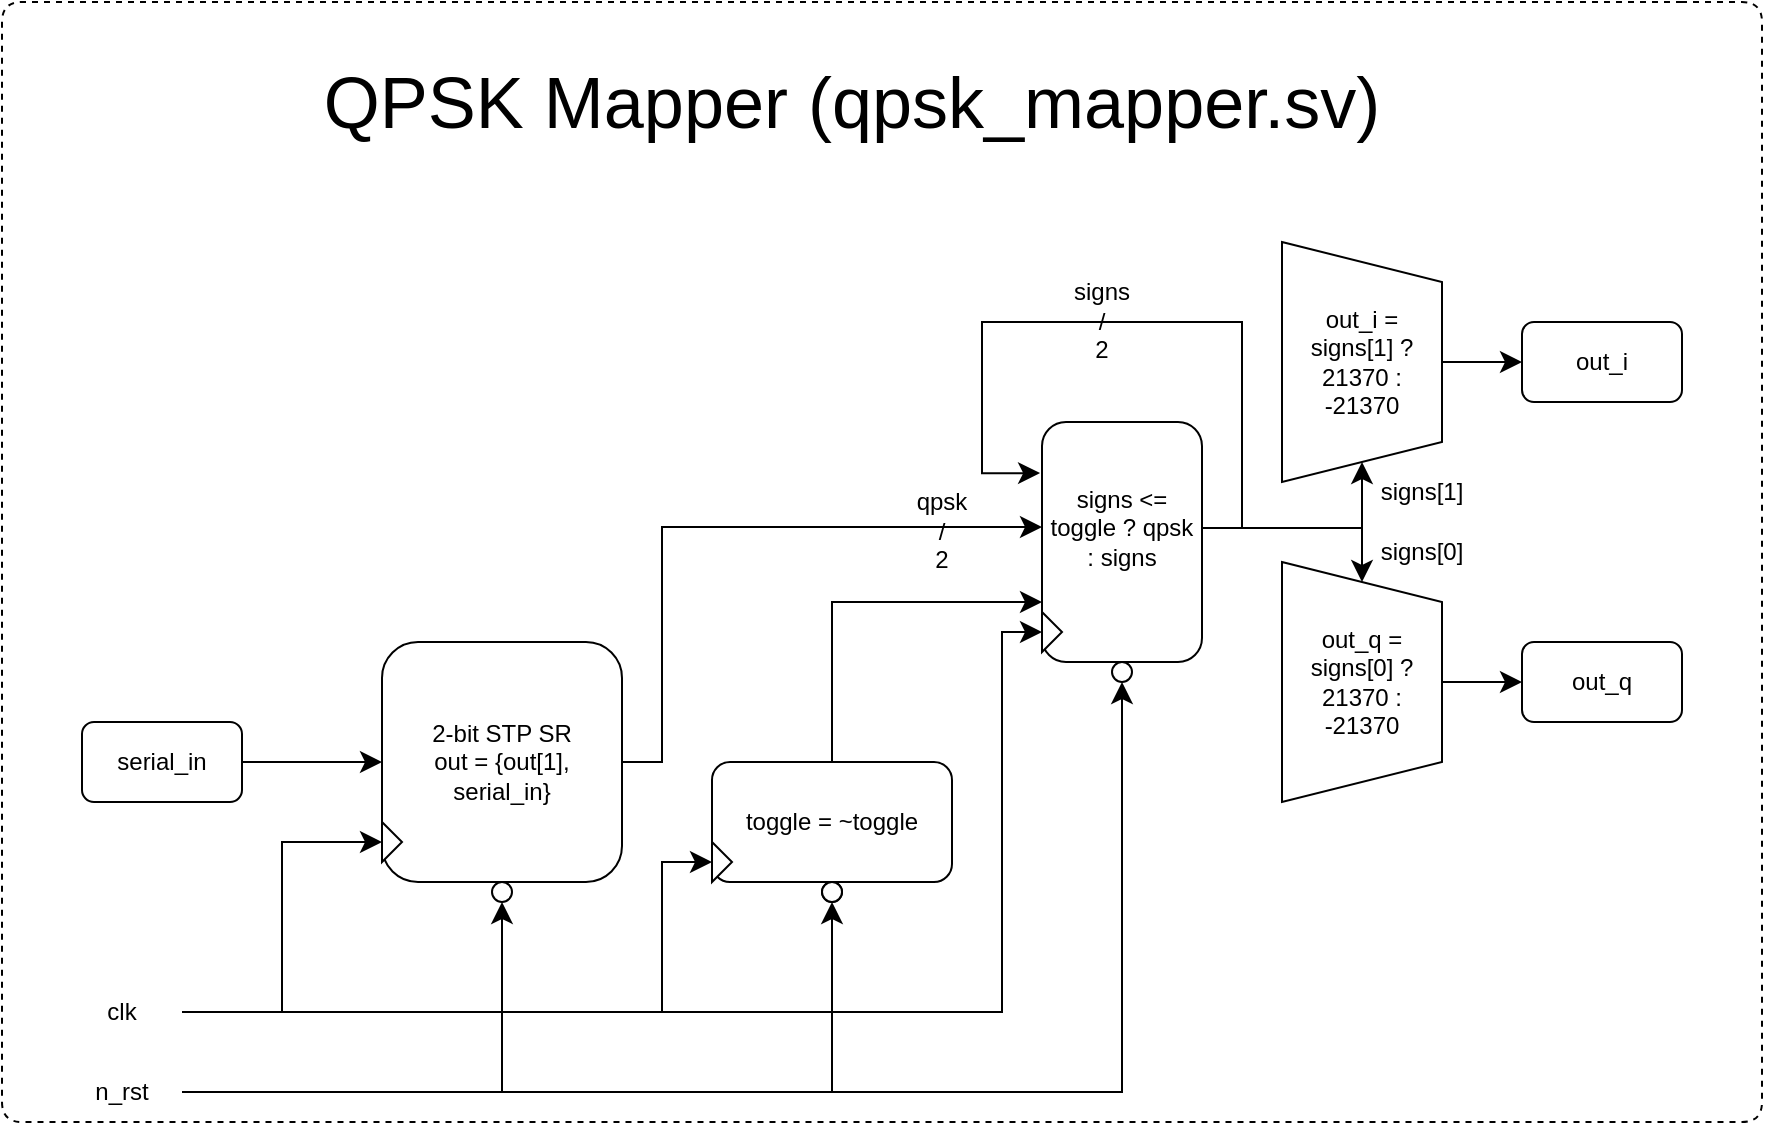
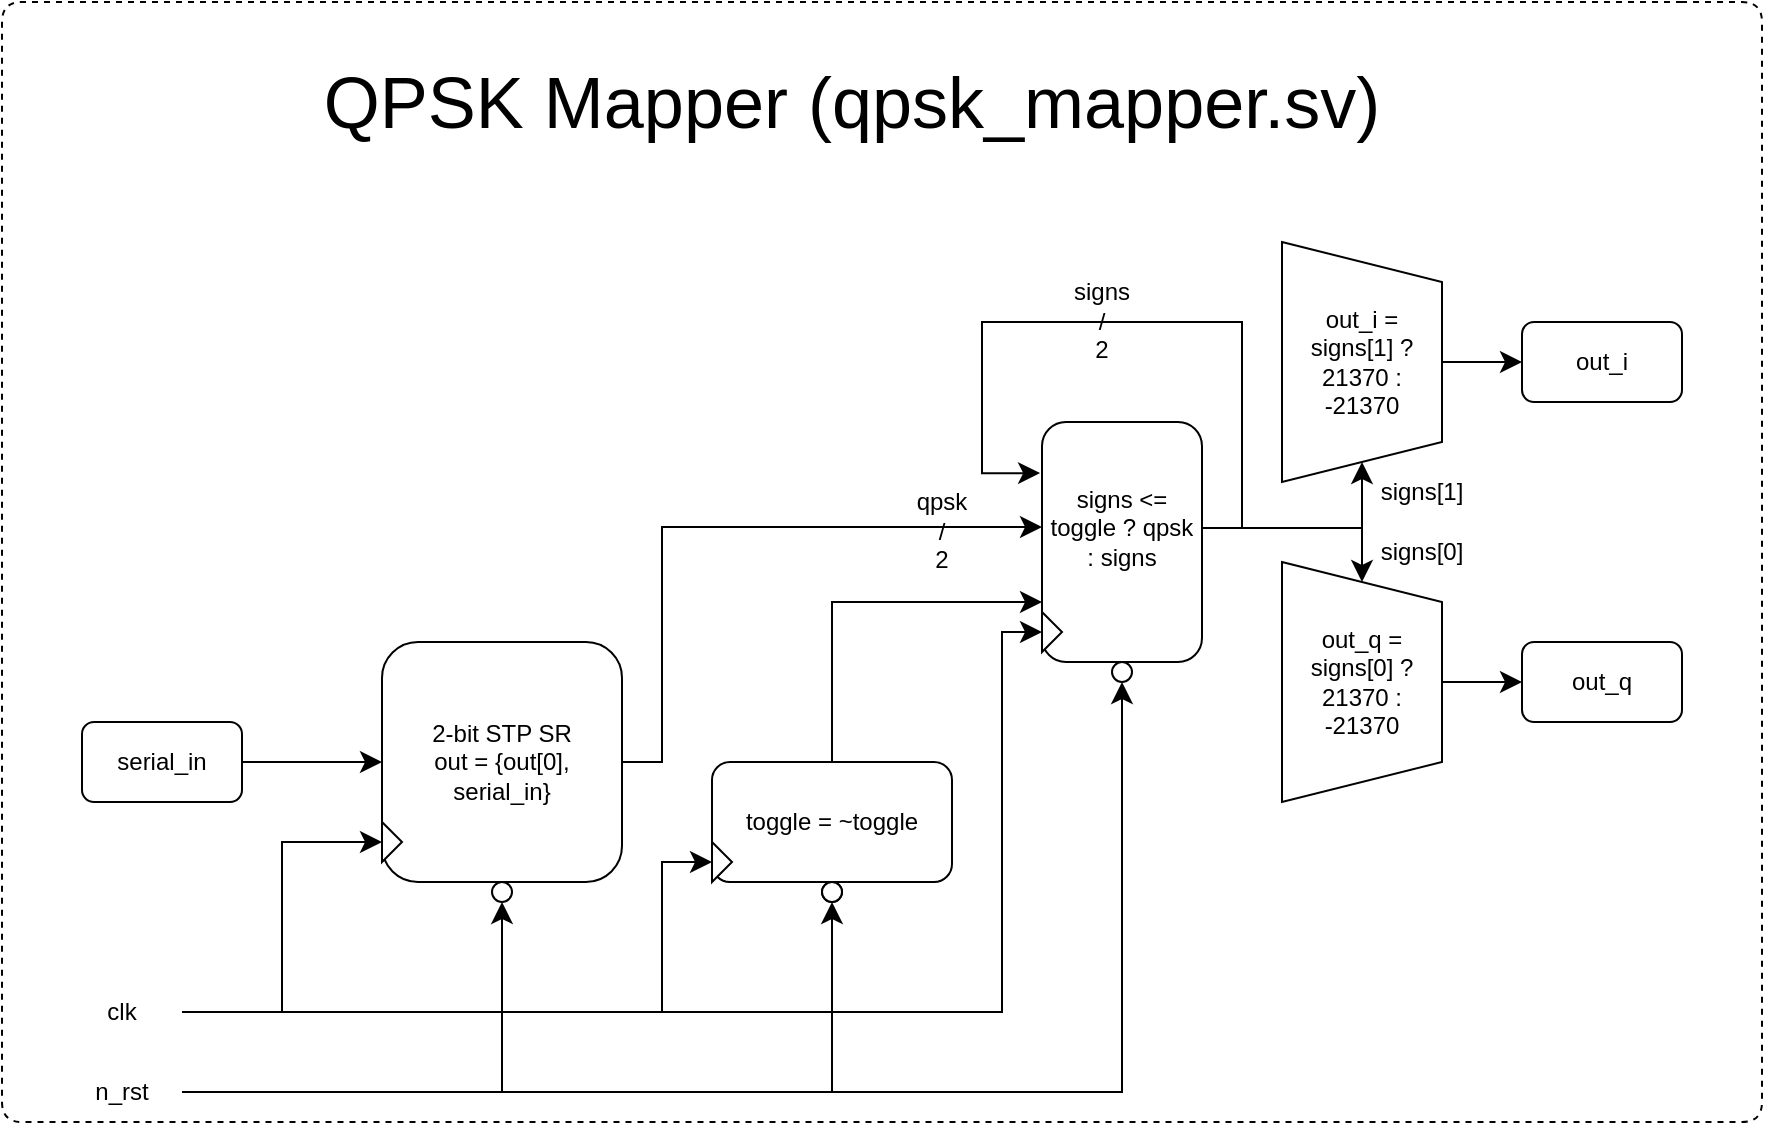
<mxfile host="app.diagrams.net">
  <diagram name="Page-1" id="U4lQIinmkHXP4-waNSO3">
    <mxGraphModel dx="656" dy="1519" grid="1" gridSize="10" guides="1" tooltips="1" connect="1" arrows="1" fold="1" page="1" pageScale="1" pageWidth="850" pageHeight="1100" math="0" shadow="0">
      <root>
        <mxCell id="0" />
        <mxCell id="1" parent="0" />
        <mxCell id="J6cfG6GmxILjLDQb_3p_-35" parent="1" style="text;html=1;whiteSpace=wrap;strokeColor=none;fillColor=none;align=center;verticalAlign=middle;rounded=0;fontFamily=Helvetica;fontSize=12;fontColor=default;labelBackgroundColor=default;" value="&lt;div&gt;&lt;br&gt;&lt;/div&gt;&lt;div&gt;&lt;br&gt;&lt;/div&gt;signs&lt;div&gt;/&lt;/div&gt;&lt;div&gt;2&lt;/div&gt;" vertex="1">
          <mxGeometry height="30" width="60" x="520" y="50" as="geometry" />
        </mxCell>
        <mxCell id="J6cfG6GmxILjLDQb_3p_-36" parent="1" style="text;html=1;whiteSpace=wrap;strokeColor=none;fillColor=none;align=center;verticalAlign=middle;rounded=0;fontFamily=Helvetica;fontSize=12;fontColor=default;labelBackgroundColor=default;" value="&lt;div&gt;&lt;br&gt;&lt;/div&gt;&lt;div&gt;&lt;br&gt;&lt;/div&gt;qpsk&lt;br&gt;&lt;div&gt;/&lt;/div&gt;&lt;div&gt;2&lt;/div&gt;" vertex="1">
          <mxGeometry height="30" width="60" x="440" y="155" as="geometry" />
        </mxCell>
        <mxCell id="J6cfG6GmxILjLDQb_3p_-3" edge="1" parent="1" source="J6cfG6GmxILjLDQb_3p_-1" style="edgeStyle=orthogonalEdgeStyle;rounded=0;orthogonalLoop=1;jettySize=auto;html=1;exitX=1;exitY=0.5;exitDx=0;exitDy=0;entryX=0;entryY=0.5;entryDx=0;entryDy=0;fontSize=12;startSize=8;endSize=8;" target="J6cfG6GmxILjLDQb_3p_-2">
          <mxGeometry relative="1" as="geometry" />
        </mxCell>
        <mxCell id="J6cfG6GmxILjLDQb_3p_-1" parent="1" style="rounded=1;whiteSpace=wrap;html=1;" value="serial_in" vertex="1">
          <mxGeometry height="40" width="80" x="40" y="280" as="geometry" />
        </mxCell>
        <mxCell id="J6cfG6GmxILjLDQb_3p_-50" edge="1" parent="1" source="J6cfG6GmxILjLDQb_3p_-2" style="edgeStyle=orthogonalEdgeStyle;shape=connector;rounded=0;orthogonalLoop=1;jettySize=auto;html=1;exitX=1;exitY=0.5;exitDx=0;exitDy=0;strokeColor=default;align=center;verticalAlign=middle;fontFamily=Helvetica;fontSize=12;fontColor=default;labelBackgroundColor=default;startSize=8;endArrow=classic;endSize=8;entryX=0;entryY=0.5;entryDx=0;entryDy=0;" target="J6cfG6GmxILjLDQb_3p_-38">
          <mxGeometry relative="1" as="geometry">
            <Array as="points">
              <mxPoint x="330" y="300" />
              <mxPoint x="330" y="183" />
            </Array>
            <mxPoint x="510" y="183" as="targetPoint" />
          </mxGeometry>
        </mxCell>
-         <mxCell id="J6cfG6GmxILjLDQb_3p_-2" parent="1" style="rounded=1;whiteSpace=wrap;html=1;" value="2-bit STP SR&lt;div&gt;out = {out[1], serial_in}&lt;/div&gt;" vertex="1">
+         <mxCell id="J6cfG6GmxILjLDQb_3p_-2" parent="1" style="rounded=1;whiteSpace=wrap;html=1;" value="2-bit STP SR&lt;div&gt;out = {out[0], serial_in}&lt;/div&gt;" vertex="1">
          <mxGeometry height="120" width="120" x="190" y="240" as="geometry" />
        </mxCell>
        <mxCell id="J6cfG6GmxILjLDQb_3p_-7" edge="1" parent="1" source="J6cfG6GmxILjLDQb_3p_-4" style="edgeStyle=orthogonalEdgeStyle;shape=connector;rounded=0;orthogonalLoop=1;jettySize=auto;html=1;exitX=1;exitY=0.5;exitDx=0;exitDy=0;entryX=0;entryY=0.5;entryDx=0;entryDy=0;strokeColor=default;align=center;verticalAlign=middle;fontFamily=Helvetica;fontSize=12;fontColor=default;labelBackgroundColor=default;startSize=8;endArrow=classic;endSize=8;" target="J6cfG6GmxILjLDQb_3p_-6">
          <mxGeometry relative="1" as="geometry" />
        </mxCell>
        <mxCell id="J6cfG6GmxILjLDQb_3p_-16" edge="1" parent="1" source="J6cfG6GmxILjLDQb_3p_-4" style="edgeStyle=orthogonalEdgeStyle;shape=connector;rounded=0;orthogonalLoop=1;jettySize=auto;html=1;exitX=1;exitY=0.5;exitDx=0;exitDy=0;entryX=0;entryY=0.5;entryDx=0;entryDy=0;strokeColor=default;align=center;verticalAlign=middle;fontFamily=Helvetica;fontSize=12;fontColor=default;labelBackgroundColor=default;startSize=8;endArrow=classic;endSize=8;" target="J6cfG6GmxILjLDQb_3p_-14">
          <mxGeometry relative="1" as="geometry">
            <Array as="points">
              <mxPoint x="330" y="425" />
              <mxPoint x="330" y="350" />
            </Array>
          </mxGeometry>
        </mxCell>
        <mxCell id="J6cfG6GmxILjLDQb_3p_-57" edge="1" parent="1" source="J6cfG6GmxILjLDQb_3p_-4" style="edgeStyle=orthogonalEdgeStyle;shape=connector;rounded=0;orthogonalLoop=1;jettySize=auto;html=1;exitX=1;exitY=0.5;exitDx=0;exitDy=0;entryX=0;entryY=0.5;entryDx=0;entryDy=0;strokeColor=default;align=center;verticalAlign=middle;fontFamily=Helvetica;fontSize=12;fontColor=default;labelBackgroundColor=default;startSize=8;endArrow=classic;endSize=8;" target="J6cfG6GmxILjLDQb_3p_-55">
          <mxGeometry relative="1" as="geometry">
            <Array as="points">
              <mxPoint x="500" y="425" />
              <mxPoint x="500" y="235" />
            </Array>
          </mxGeometry>
        </mxCell>
        <mxCell id="J6cfG6GmxILjLDQb_3p_-4" parent="1" style="text;html=1;whiteSpace=wrap;strokeColor=none;fillColor=none;align=center;verticalAlign=middle;rounded=0;fontFamily=Helvetica;fontSize=12;fontColor=default;labelBackgroundColor=default;" value="clk" vertex="1">
          <mxGeometry height="30" width="60" x="30" y="410" as="geometry" />
        </mxCell>
        <mxCell id="J6cfG6GmxILjLDQb_3p_-9" edge="1" parent="1" source="J6cfG6GmxILjLDQb_3p_-5" style="edgeStyle=orthogonalEdgeStyle;shape=connector;rounded=0;orthogonalLoop=1;jettySize=auto;html=1;exitX=1;exitY=0.5;exitDx=0;exitDy=0;entryX=0.5;entryY=1;entryDx=0;entryDy=0;strokeColor=default;align=center;verticalAlign=middle;fontFamily=Helvetica;fontSize=12;fontColor=default;labelBackgroundColor=default;startSize=8;endArrow=classic;endSize=8;" target="J6cfG6GmxILjLDQb_3p_-8">
          <mxGeometry relative="1" as="geometry" />
        </mxCell>
        <mxCell id="J6cfG6GmxILjLDQb_3p_-17" edge="1" parent="1" source="J6cfG6GmxILjLDQb_3p_-5" style="edgeStyle=orthogonalEdgeStyle;shape=connector;rounded=0;orthogonalLoop=1;jettySize=auto;html=1;exitX=1;exitY=0.5;exitDx=0;exitDy=0;entryX=0.5;entryY=1;entryDx=0;entryDy=0;strokeColor=default;align=center;verticalAlign=middle;fontFamily=Helvetica;fontSize=12;fontColor=default;labelBackgroundColor=default;startSize=8;endArrow=classic;endSize=8;" target="J6cfG6GmxILjLDQb_3p_-15">
          <mxGeometry relative="1" as="geometry" />
        </mxCell>
        <mxCell id="J6cfG6GmxILjLDQb_3p_-60" edge="1" parent="1" source="J6cfG6GmxILjLDQb_3p_-5" style="edgeStyle=orthogonalEdgeStyle;shape=connector;rounded=0;orthogonalLoop=1;jettySize=auto;html=1;exitX=1;exitY=0.5;exitDx=0;exitDy=0;entryX=0.5;entryY=1;entryDx=0;entryDy=0;strokeColor=default;align=center;verticalAlign=middle;fontFamily=Helvetica;fontSize=12;fontColor=default;labelBackgroundColor=default;startSize=8;endArrow=classic;endSize=8;" target="J6cfG6GmxILjLDQb_3p_-59">
          <mxGeometry relative="1" as="geometry" />
        </mxCell>
        <mxCell id="J6cfG6GmxILjLDQb_3p_-5" parent="1" style="text;html=1;whiteSpace=wrap;strokeColor=none;fillColor=none;align=center;verticalAlign=middle;rounded=0;fontFamily=Helvetica;fontSize=12;fontColor=default;labelBackgroundColor=default;" value="n_rst" vertex="1">
          <mxGeometry height="30" width="60" x="30" y="450" as="geometry" />
        </mxCell>
        <mxCell id="J6cfG6GmxILjLDQb_3p_-6" parent="1" style="triangle;whiteSpace=wrap;html=1;fontFamily=Helvetica;fontSize=12;fontColor=default;labelBackgroundColor=default;" value="" vertex="1">
          <mxGeometry height="20" width="10" x="190" y="330" as="geometry" />
        </mxCell>
        <mxCell id="J6cfG6GmxILjLDQb_3p_-8" parent="1" style="ellipse;whiteSpace=wrap;html=1;aspect=fixed;fontFamily=Helvetica;fontSize=12;fontColor=default;labelBackgroundColor=default;" value="" vertex="1">
          <mxGeometry height="10" width="10" x="245" y="360" as="geometry" />
        </mxCell>
        <mxCell id="J6cfG6GmxILjLDQb_3p_-46" edge="1" parent="1" source="J6cfG6GmxILjLDQb_3p_-12" style="edgeStyle=orthogonalEdgeStyle;shape=connector;rounded=0;orthogonalLoop=1;jettySize=auto;html=1;exitX=0.5;exitY=0;exitDx=0;exitDy=0;entryX=0;entryY=0.75;entryDx=0;entryDy=0;strokeColor=default;align=center;verticalAlign=middle;fontFamily=Helvetica;fontSize=12;fontColor=default;labelBackgroundColor=default;startSize=8;endArrow=classic;endSize=8;" target="J6cfG6GmxILjLDQb_3p_-45">
          <mxGeometry relative="1" as="geometry" />
        </mxCell>
        <mxCell id="J6cfG6GmxILjLDQb_3p_-12" parent="1" style="rounded=1;whiteSpace=wrap;html=1;fontFamily=Helvetica;fontSize=12;fontColor=default;labelBackgroundColor=default;" value="toggle = ~toggle" vertex="1">
          <mxGeometry height="60" width="120" x="355" y="300" as="geometry" />
        </mxCell>
        <mxCell id="J6cfG6GmxILjLDQb_3p_-14" parent="1" style="triangle;whiteSpace=wrap;html=1;fontFamily=Helvetica;fontSize=12;fontColor=default;labelBackgroundColor=default;" value="" vertex="1">
          <mxGeometry height="20" width="10" x="355" y="340" as="geometry" />
        </mxCell>
        <mxCell id="J6cfG6GmxILjLDQb_3p_-15" parent="1" style="ellipse;whiteSpace=wrap;html=1;aspect=fixed;fontFamily=Helvetica;fontSize=12;fontColor=default;labelBackgroundColor=default;" value="" vertex="1">
          <mxGeometry height="10" width="10" x="410" y="360" as="geometry" />
        </mxCell>
        <mxCell id="J6cfG6GmxILjLDQb_3p_-33" edge="1" parent="1" source="J6cfG6GmxILjLDQb_3p_-21" style="edgeStyle=orthogonalEdgeStyle;shape=connector;rounded=0;orthogonalLoop=1;jettySize=auto;html=1;exitX=0.5;exitY=0;exitDx=0;exitDy=0;entryX=0;entryY=0.5;entryDx=0;entryDy=0;strokeColor=default;align=center;verticalAlign=middle;fontFamily=Helvetica;fontSize=12;fontColor=default;labelBackgroundColor=default;startSize=8;endArrow=classic;endSize=8;" target="J6cfG6GmxILjLDQb_3p_-25">
          <mxGeometry relative="1" as="geometry" />
        </mxCell>
        <mxCell id="J6cfG6GmxILjLDQb_3p_-21" parent="1" style="shape=trapezoid;perimeter=trapezoidPerimeter;whiteSpace=wrap;html=1;fixedSize=1;fontFamily=Helvetica;fontSize=12;fontColor=default;labelBackgroundColor=default;rotation=90;" value="" vertex="1">
          <mxGeometry height="80" width="120" x="620" y="60" as="geometry" />
        </mxCell>
        <mxCell id="J6cfG6GmxILjLDQb_3p_-34" edge="1" parent="1" source="J6cfG6GmxILjLDQb_3p_-22" style="edgeStyle=orthogonalEdgeStyle;shape=connector;rounded=0;orthogonalLoop=1;jettySize=auto;html=1;exitX=0.5;exitY=0;exitDx=0;exitDy=0;entryX=0;entryY=0.5;entryDx=0;entryDy=0;strokeColor=default;align=center;verticalAlign=middle;fontFamily=Helvetica;fontSize=12;fontColor=default;labelBackgroundColor=default;startSize=8;endArrow=classic;endSize=8;" target="J6cfG6GmxILjLDQb_3p_-26">
          <mxGeometry relative="1" as="geometry" />
        </mxCell>
        <mxCell id="J6cfG6GmxILjLDQb_3p_-22" parent="1" style="shape=trapezoid;perimeter=trapezoidPerimeter;whiteSpace=wrap;html=1;fixedSize=1;fontFamily=Helvetica;fontSize=12;fontColor=default;labelBackgroundColor=default;rotation=90;" value="" vertex="1">
          <mxGeometry height="80" width="120" x="620" y="220" as="geometry" />
        </mxCell>
        <mxCell id="J6cfG6GmxILjLDQb_3p_-25" parent="1" style="rounded=1;whiteSpace=wrap;html=1;fontFamily=Helvetica;fontSize=12;fontColor=default;labelBackgroundColor=default;" value="out_i" vertex="1">
          <mxGeometry height="40" width="80" x="760" y="80" as="geometry" />
        </mxCell>
        <mxCell id="J6cfG6GmxILjLDQb_3p_-26" parent="1" style="rounded=1;whiteSpace=wrap;html=1;fontFamily=Helvetica;fontSize=12;fontColor=default;labelBackgroundColor=default;" value="out_q" vertex="1">
          <mxGeometry height="40" width="80" x="760" y="240" as="geometry" />
        </mxCell>
        <mxCell id="J6cfG6GmxILjLDQb_3p_-39" parent="1" style="text;html=1;whiteSpace=wrap;strokeColor=none;fillColor=none;align=center;verticalAlign=middle;rounded=0;fontFamily=Helvetica;fontSize=12;fontColor=default;labelBackgroundColor=default;" value="out_i = signs[1] ? 21370 : -21370" vertex="1">
          <mxGeometry height="70" width="80" x="640" y="65" as="geometry" />
        </mxCell>
        <mxCell id="J6cfG6GmxILjLDQb_3p_-40" parent="1" style="text;html=1;whiteSpace=wrap;strokeColor=none;fillColor=none;align=center;verticalAlign=middle;rounded=0;fontFamily=Helvetica;fontSize=12;fontColor=default;labelBackgroundColor=default;" value="out_q = signs[0] ? 21370 : -21370" vertex="1">
          <mxGeometry height="70" width="80" x="640" y="225" as="geometry" />
        </mxCell>
        <mxCell id="J6cfG6GmxILjLDQb_3p_-41" parent="1" style="text;html=1;whiteSpace=wrap;strokeColor=none;fillColor=none;align=center;verticalAlign=middle;rounded=0;fontFamily=Helvetica;fontSize=12;fontColor=default;labelBackgroundColor=default;" value="signs[1]" vertex="1">
          <mxGeometry height="30" width="60" x="680" y="150" as="geometry" />
        </mxCell>
        <mxCell id="J6cfG6GmxILjLDQb_3p_-42" parent="1" style="text;html=1;whiteSpace=wrap;strokeColor=none;fillColor=none;align=center;verticalAlign=middle;rounded=0;fontFamily=Helvetica;fontSize=12;fontColor=default;labelBackgroundColor=default;" value="signs[0]" vertex="1">
          <mxGeometry height="20" width="60" x="680" y="185" as="geometry" />
        </mxCell>
        <mxCell id="J6cfG6GmxILjLDQb_3p_-53" edge="1" parent="1" source="J6cfG6GmxILjLDQb_3p_-45" style="edgeStyle=orthogonalEdgeStyle;shape=connector;rounded=0;orthogonalLoop=1;jettySize=auto;html=1;exitX=1;exitY=0.5;exitDx=0;exitDy=0;entryX=1;entryY=0.5;entryDx=0;entryDy=0;strokeColor=default;align=center;verticalAlign=middle;fontFamily=Helvetica;fontSize=12;fontColor=default;labelBackgroundColor=default;startSize=8;endArrow=classic;endSize=8;" target="J6cfG6GmxILjLDQb_3p_-21">
          <mxGeometry relative="1" as="geometry">
            <Array as="points">
              <mxPoint x="680" y="183" />
            </Array>
          </mxGeometry>
        </mxCell>
        <mxCell id="J6cfG6GmxILjLDQb_3p_-54" edge="1" parent="1" source="J6cfG6GmxILjLDQb_3p_-45" style="edgeStyle=orthogonalEdgeStyle;shape=connector;rounded=0;orthogonalLoop=1;jettySize=auto;html=1;exitX=1;exitY=0.5;exitDx=0;exitDy=0;entryX=0;entryY=0.5;entryDx=0;entryDy=0;strokeColor=default;align=center;verticalAlign=middle;fontFamily=Helvetica;fontSize=12;fontColor=default;labelBackgroundColor=default;startSize=8;endArrow=classic;endSize=8;" target="J6cfG6GmxILjLDQb_3p_-22">
          <mxGeometry relative="1" as="geometry">
            <Array as="points">
              <mxPoint x="680" y="183" />
            </Array>
          </mxGeometry>
        </mxCell>
        <mxCell id="J6cfG6GmxILjLDQb_3p_-45" parent="1" style="rounded=1;whiteSpace=wrap;html=1;fontFamily=Helvetica;fontSize=12;fontColor=default;labelBackgroundColor=default;" value="" vertex="1">
          <mxGeometry height="120" width="80" x="520" y="130" as="geometry" />
        </mxCell>
        <mxCell id="J6cfG6GmxILjLDQb_3p_-52" edge="1" parent="1" style="edgeStyle=orthogonalEdgeStyle;shape=connector;rounded=0;orthogonalLoop=1;jettySize=auto;html=1;exitX=1;exitY=0.5;exitDx=0;exitDy=0;strokeColor=default;align=center;verticalAlign=middle;fontFamily=Helvetica;fontSize=12;fontColor=default;labelBackgroundColor=default;startSize=8;endArrow=classic;endSize=8;entryX=-0.012;entryY=0.115;entryDx=0;entryDy=0;entryPerimeter=0;" target="J6cfG6GmxILjLDQb_3p_-38">
          <mxGeometry relative="1" as="geometry">
            <Array as="points">
              <mxPoint x="600" y="183" />
              <mxPoint x="620" y="183" />
              <mxPoint x="620" y="80" />
              <mxPoint x="490" y="80" />
              <mxPoint x="490" y="155" />
            </Array>
            <mxPoint x="600" y="189.97" as="sourcePoint" />
            <mxPoint x="510" y="156" as="targetPoint" />
          </mxGeometry>
        </mxCell>
        <mxCell id="J6cfG6GmxILjLDQb_3p_-38" parent="1" style="text;html=1;whiteSpace=wrap;strokeColor=none;fillColor=none;align=center;verticalAlign=middle;rounded=0;fontFamily=Helvetica;fontSize=12;fontColor=default;labelBackgroundColor=default;" value="signs &amp;lt;= toggle ? qpsk : signs" vertex="1">
          <mxGeometry height="70" width="80" x="520" y="147.5" as="geometry" />
        </mxCell>
        <mxCell id="J6cfG6GmxILjLDQb_3p_-55" parent="1" style="triangle;whiteSpace=wrap;html=1;fontFamily=Helvetica;fontSize=12;fontColor=default;labelBackgroundColor=default;" value="" vertex="1">
          <mxGeometry height="20" width="10" x="520" y="225" as="geometry" />
        </mxCell>
        <mxCell id="J6cfG6GmxILjLDQb_3p_-58" parent="1" style="ellipse;whiteSpace=wrap;html=1;aspect=fixed;fontFamily=Helvetica;fontSize=12;fontColor=default;labelBackgroundColor=default;" value="" vertex="1">
          <mxGeometry height="10" width="10" x="410" y="360" as="geometry" />
        </mxCell>
        <mxCell id="J6cfG6GmxILjLDQb_3p_-59" parent="1" style="ellipse;whiteSpace=wrap;html=1;aspect=fixed;fontFamily=Helvetica;fontSize=12;fontColor=default;labelBackgroundColor=default;" value="" vertex="1">
          <mxGeometry height="10" width="10" x="555" y="250" as="geometry" />
        </mxCell>
        <mxCell id="J6cfG6GmxILjLDQb_3p_-61" parent="1" style="text;html=1;whiteSpace=wrap;strokeColor=none;fillColor=none;align=center;verticalAlign=middle;rounded=0;fontFamily=Helvetica;fontSize=36;fontColor=default;labelBackgroundColor=default;" value="QPSK Mapper (qpsk_mapper.sv)" vertex="1">
          <mxGeometry height="80" width="670" x="90" y="-70" as="geometry" />
        </mxCell>
        <mxCell id="J6cfG6GmxILjLDQb_3p_-62" edge="1" parent="1" style="endArrow=none;dashed=1;html=1;rounded=1;strokeColor=default;align=center;verticalAlign=middle;fontFamily=Helvetica;fontSize=12;fontColor=default;labelBackgroundColor=default;edgeStyle=orthogonalEdgeStyle;startSize=8;endSize=8;curved=0;" value="">
          <mxGeometry height="50" relative="1" width="50" as="geometry">
            <Array as="points">
              <mxPoint y="-80" />
              <mxPoint y="480" />
              <mxPoint x="880" y="480" />
              <mxPoint x="880" y="-80" />
            </Array>
            <mxPoint x="840" y="-80" as="sourcePoint" />
            <mxPoint x="840" y="-80" as="targetPoint" />
          </mxGeometry>
        </mxCell>
      </root>
    </mxGraphModel>
  </diagram>
</mxfile>
